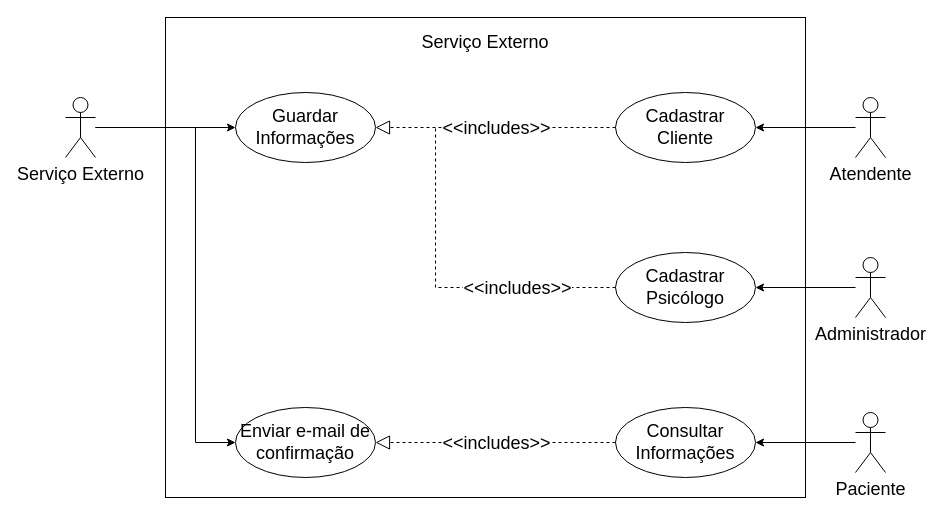
cauanpss/av3_AOO keeps this draw.io diagram as UCD/UDCservicoExterno.drawio. Above is the earlier version. Source tidied: cells renumbered, new cells numbered last; positions are measured from the earlier drawing's top-left corner, leaving out a move shared by most shapes. Both pictures are drawn from the tidied source at 100%, with x=0, y=0 at pixel (65, 17).
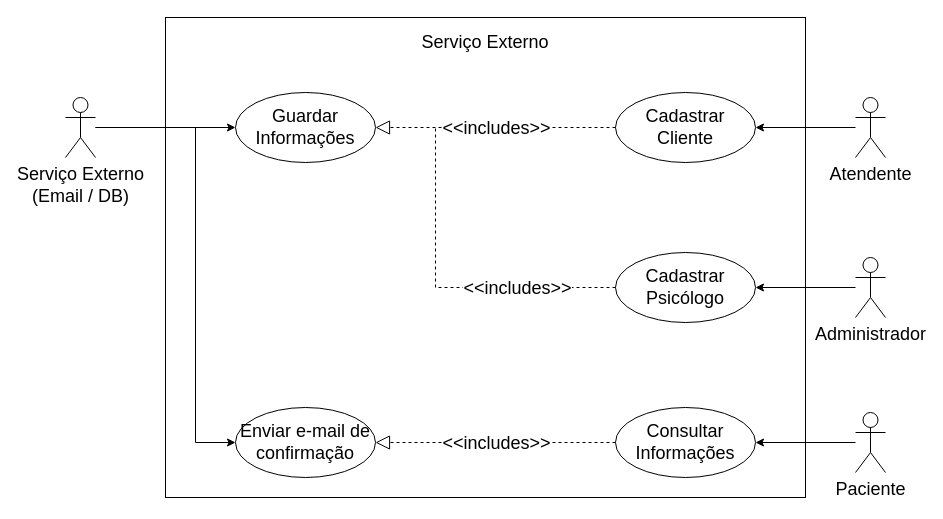
The same diagram, later.

Diff of the diagram source:
```diff
@@
-    <mxCell id="2" value="&lt;font style=&quot;font-size: 18px;&quot;&gt;Serviço Externo&lt;/font&gt;" style="shape=umlActor;verticalLabelPosition=bottom;verticalAlign=top;html=1;" parent="1" vertex="1">
+    <mxCell id="2" value="&lt;font style=&quot;font-size: 18px;&quot;&gt;Serviço Externo&lt;br&gt;(Email / DB)&lt;/font&gt;" style="shape=umlActor;verticalLabelPosition=bottom;verticalAlign=top;html=1;" parent="1" vertex="1">
       <mxGeometry y="80" width="30" height="60" as="geometry" />
     </mxCell>
```
